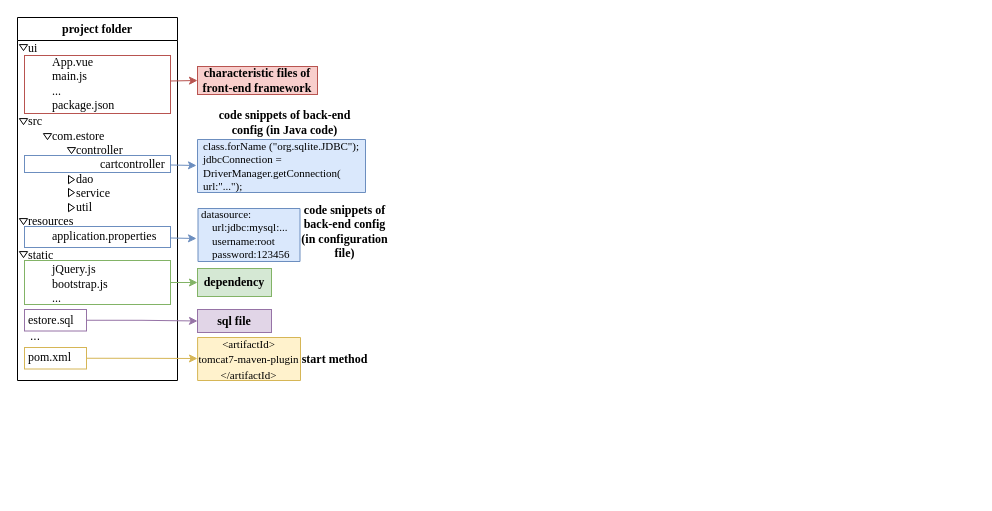
Earlier version of the draw.io diagram method.drawio (PAL4JavaWeb/homework). Source tidied: cells renumbered, new cells numbered last; positions are measured from the earlier drawing's top-left corner, leaving out a move shared by most shapes. Both pictures are drawn from the tidied source at 100%, with x=0, y=0 at pixel (17, 17).
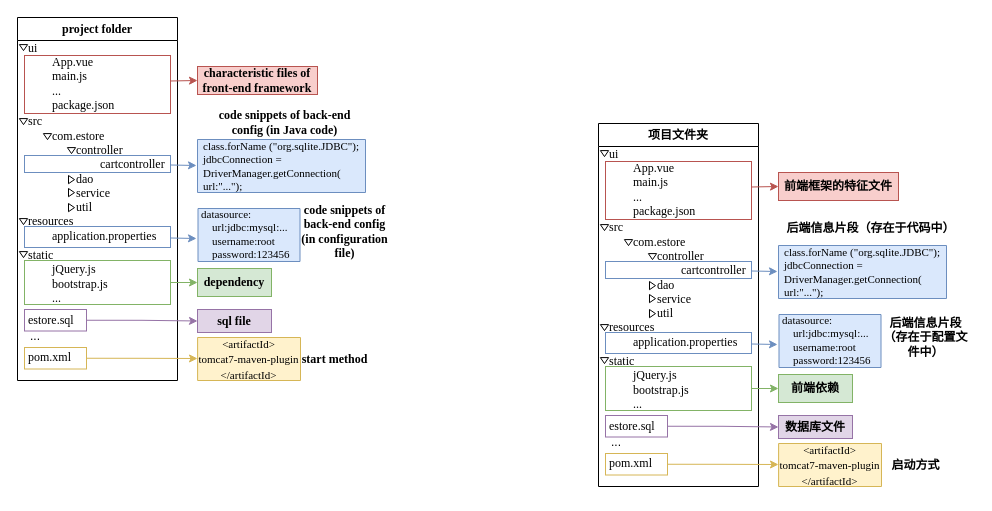
The same page after the edit.

Change to the diagram source:
```diff
@@
+    <mxCell id="46" value="项目文件夹" style="swimlane;whiteSpace=wrap;html=1;fontFamily=Times New Roman;" parent="1" vertex="1">
+      <mxGeometry x="581" y="106" width="160" height="363" as="geometry" />
+    </mxCell>
+    <mxCell id="47" style="rounded=0;whiteSpace=wrap;html=1;fillColor=none;fontFamily=Times New Roman;strokeColor=#9673a6;" parent="46" vertex="1">
+      <mxGeometry x="7" y="292" width="62" height="21.5" as="geometry" />
+    </mxCell>
+    <mxCell id="48" style="rounded=0;whiteSpace=wrap;html=1;fillColor=none;fontFamily=Times New Roman;strokeColor=#82b366;" parent="46" vertex="1">
+      <mxGeometry x="7" y="243" width="146" height="44" as="geometry" />
+    </mxCell>
+    <mxCell id="49" value="&lt;div&gt;&lt;br&gt;&lt;/div&gt;&lt;div&gt;&lt;br&gt;&lt;/div&gt;" style="rounded=0;whiteSpace=wrap;html=1;fillColor=none;fontFamily=Times New Roman;strokeColor=#b85450;" parent="46" vertex="1">
+      <mxGeometry x="7" y="38" width="146" height="58" as="geometry" />
+    </mxCell>
+    <mxCell id="50" value="estore.sql" style="text;html=1;align=left;verticalAlign=middle;whiteSpace=wrap;rounded=0;fontFamily=Times New Roman;" parent="46" vertex="1">
+      <mxGeometry x="9" y="287.8" width="60" height="30" as="geometry" />
+    </mxCell>
+    <mxCell id="51" value="resources&lt;div&gt;&lt;span style=&quot;white-space: pre;&quot;&gt;&#9;&lt;/span&gt;&lt;span style=&quot;background-color: initial;&quot;&gt;application.properties&lt;/span&gt;&lt;br&gt;&lt;/div&gt;" style="text;html=1;align=left;verticalAlign=middle;whiteSpace=wrap;rounded=0;fontFamily=Times New Roman;" parent="46" vertex="1">
+      <mxGeometry x="9" y="196" width="144" height="30" as="geometry" />
+    </mxCell>
+    <mxCell id="52" value="&lt;div&gt;ui&lt;/div&gt;&lt;span style=&quot;white-space: pre;&quot;&gt;&#9;&lt;/span&gt;App.vue&lt;div&gt;&lt;span style=&quot;white-space: pre;&quot;&gt;&#9;&lt;/span&gt;main.js&lt;/div&gt;&lt;div&gt;&lt;span style=&quot;white-space: pre;&quot;&gt;&#9;&lt;/span&gt;...&lt;/div&gt;&lt;div&gt;&lt;span style=&quot;white-space: pre;&quot;&gt;&#9;&lt;/span&gt;package.json&lt;/div&gt;" style="text;html=1;align=left;verticalAlign=middle;whiteSpace=wrap;rounded=0;fontFamily=Times New Roman;" parent="46" vertex="1">
+      <mxGeometry x="9" y="44" width="60" height="30" as="geometry" />
+    </mxCell>
+    <mxCell id="53" value="&lt;div&gt;src&lt;/div&gt;&lt;span style=&quot;white-space: pre;&quot;&gt;&#9;&lt;/span&gt;com.estore&lt;div&gt;&lt;span style=&quot;white-space: pre;&quot;&gt;&#9;&lt;span style=&quot;white-space: pre;&quot;&gt;&#9;&lt;/span&gt;&lt;/span&gt;&lt;span style=&quot;background-color: initial;&quot;&gt;controller&lt;/span&gt;&lt;/div&gt;&lt;div&gt;&lt;span style=&quot;background-color: initial;&quot;&gt;&lt;span style=&quot;white-space: pre;&quot;&gt;&#9;&lt;/span&gt;&lt;span style=&quot;white-space: pre;&quot;&gt;&#9;&lt;/span&gt;&lt;span style=&quot;white-space: pre;&quot;&gt;&#9;&lt;/span&gt;cartcontroller&lt;br&gt;&lt;/span&gt;&lt;/div&gt;&lt;div&gt;&lt;span style=&quot;white-space: pre;&quot;&gt;&#9;&lt;span style=&quot;white-space: pre;&quot;&gt;&#9;&lt;/span&gt;&lt;/span&gt;dao&lt;/div&gt;&lt;div&gt;&lt;span style=&quot;white-space: pre;&quot;&gt;&#9;&lt;span style=&quot;white-space: pre;&quot;&gt;&#9;&lt;/span&gt;&lt;/span&gt;service&lt;/div&gt;&lt;div&gt;&lt;span style=&quot;white-space: pre;&quot;&gt;&#9;&lt;span style=&quot;white-space: pre;&quot;&gt;&#9;&lt;/span&gt;&lt;/span&gt;util&lt;/div&gt;" style="text;html=1;align=left;verticalAlign=middle;whiteSpace=wrap;rounded=0;fontFamily=Times New Roman;" parent="46" vertex="1">
+      <mxGeometry x="9" y="132" width="60" height="30" as="geometry" />
+    </mxCell>
+    <mxCell id="54" value="static&lt;div&gt;&lt;span style=&quot;white-space: pre;&quot;&gt;&#9;&lt;/span&gt;&lt;span style=&quot;background-color: initial;&quot;&gt;jQuery.js&lt;/span&gt;&lt;br&gt;&lt;/div&gt;&lt;div&gt;&lt;span style=&quot;white-space: pre;&quot;&gt;&#9;&lt;/span&gt;bootstrap.js&lt;/div&gt;&lt;div&gt;&lt;span style=&quot;white-space: pre;&quot;&gt;&#9;&lt;/span&gt;...&lt;br&gt;&lt;/div&gt;" style="text;html=1;align=left;verticalAlign=middle;whiteSpace=wrap;rounded=0;fontFamily=Times New Roman;" parent="46" vertex="1">
+      <mxGeometry x="9" y="244" width="60" height="30" as="geometry" />
+    </mxCell>
+    <mxCell id="55" style="rounded=0;whiteSpace=wrap;html=1;fillColor=none;fontFamily=Times New Roman;strokeColor=#6c8ebf;" parent="46" vertex="1">
+      <mxGeometry x="7" y="209" width="146" height="21" as="geometry" />
+    </mxCell>
+    <mxCell id="56" value="&lt;div&gt;&lt;br&gt;&lt;/div&gt;&lt;div&gt;&lt;br&gt;&lt;/div&gt;" style="rounded=0;whiteSpace=wrap;html=1;fillColor=none;fontFamily=Times New Roman;strokeColor=#6c8ebf;" parent="46" vertex="1">
+      <mxGeometry x="7" y="138" width="146" height="17" as="geometry" />
+    </mxCell>
+    <mxCell id="57" style="group;" parent="46" vertex="1">
+      <mxGeometry x="7" y="325" width="62" height="30" as="geometry" />
+    </mxCell>
+    <mxCell id="58" style="rounded=0;whiteSpace=wrap;html=1;fillColor=none;fontFamily=Times New Roman;strokeColor=#d6b656;" parent="57" vertex="1">
+      <mxGeometry y="5" width="62" height="21.5" as="geometry" />
+    </mxCell>
+    <mxCell id="59" value="pom.xml" style="text;html=1;align=left;verticalAlign=middle;whiteSpace=wrap;rounded=0;fontFamily=Times New Roman;" parent="57" vertex="1">
+      <mxGeometry x="2" width="60" height="30" as="geometry" />
+    </mxCell>
+    <mxCell id="60" value="..." style="text;html=1;align=left;verticalAlign=middle;whiteSpace=wrap;rounded=0;" parent="57" vertex="1">
+      <mxGeometry x="4" y="-15" width="40" height="17" as="geometry" />
+    </mxCell>
+    <mxCell id="61" style="verticalLabelPosition=bottom;verticalAlign=top;html=1;shape=mxgraph.basic.acute_triangle;dx=0.5;rotation=-180;fontFamily=Times New Roman;" parent="1" vertex="1">
+      <mxGeometry x="582.9" y="133.1" width="8.2" height="6" as="geometry" />
+    </mxCell>
+    <mxCell id="62" style="verticalLabelPosition=bottom;verticalAlign=top;html=1;shape=mxgraph.basic.acute_triangle;dx=0.5;rotation=-180;fontFamily=Times New Roman;" parent="1" vertex="1">
+      <mxGeometry x="582.9" y="207.1" width="8.2" height="6" as="geometry" />
+    </mxCell>
+    <mxCell id="63" style="verticalLabelPosition=bottom;verticalAlign=top;html=1;shape=mxgraph.basic.acute_triangle;dx=0.5;rotation=-180;fontFamily=Times New Roman;" parent="1" vertex="1">
+      <mxGeometry x="606.9" y="222.1" width="8.2" height="6" as="geometry" />
+    </mxCell>
+    <mxCell id="64" style="verticalLabelPosition=bottom;verticalAlign=top;html=1;shape=mxgraph.basic.acute_triangle;dx=0.5;rotation=-180;fontFamily=Times New Roman;" parent="1" vertex="1">
+      <mxGeometry x="630.9" y="236.1" width="8.2" height="6" as="geometry" />
+    </mxCell>
+    <mxCell id="65" style="verticalLabelPosition=bottom;verticalAlign=top;html=1;shape=mxgraph.basic.acute_triangle;dx=0.5;rotation=90;fontFamily=Times New Roman;" parent="1" vertex="1">
+      <mxGeometry x="630.9" y="265.1" width="8.2" height="6" as="geometry" />
+    </mxCell>
+    <mxCell id="66" style="verticalLabelPosition=bottom;verticalAlign=top;html=1;shape=mxgraph.basic.acute_triangle;dx=0.5;rotation=90;fontFamily=Times New Roman;" parent="1" vertex="1">
+      <mxGeometry x="630.9" y="278.1" width="8.2" height="6" as="geometry" />
+    </mxCell>
+    <mxCell id="67" style="verticalLabelPosition=bottom;verticalAlign=top;html=1;shape=mxgraph.basic.acute_triangle;dx=0.5;rotation=90;fontFamily=Times New Roman;" parent="1" vertex="1">
+      <mxGeometry x="630.9" y="293.1" width="8.2" height="6" as="geometry" />
+    </mxCell>
+    <mxCell id="68" style="verticalLabelPosition=bottom;verticalAlign=top;html=1;shape=mxgraph.basic.acute_triangle;dx=0.5;rotation=-180;fontFamily=Times New Roman;" parent="1" vertex="1">
+      <mxGeometry x="582.9" y="307.1" width="8.2" height="6" as="geometry" />
+    </mxCell>
+    <mxCell id="69" style="verticalLabelPosition=bottom;verticalAlign=top;html=1;shape=mxgraph.basic.acute_triangle;dx=0.5;rotation=-180;fontFamily=Times New Roman;" parent="1" vertex="1">
+      <mxGeometry x="582.9" y="340.1" width="8.2" height="6" as="geometry" />
+    </mxCell>
+    <mxCell id="70" style="edgeStyle=orthogonalEdgeStyle;rounded=0;jettySize=auto;html=1;exitX=1;exitY=0.5;exitDx=0;exitDy=0;fontFamily=Times New Roman;fillColor=#fff2cc;strokeColor=#d6b656;" parent="1" edge="1" source="58">
+      <mxGeometry relative="1" as="geometry">
+        <mxPoint x="761" y="447" as="targetPoint" />
+      </mxGeometry>
+    </mxCell>
+    <mxCell id="71" value="前端依赖" style="text;html=1;align=center;verticalAlign=middle;whiteSpace=wrap;rounded=0;fontFamily=Times New Roman;fillColor=#d5e8d4;strokeColor=#82b366;fontStyle=1;" parent="1" vertex="1">
+      <mxGeometry x="761" y="357" width="74" height="28" as="geometry" />
+    </mxCell>
+    <mxCell id="72" value="数据库文件" style="text;html=1;align=center;verticalAlign=middle;whiteSpace=wrap;rounded=0;fontFamily=Times New Roman;fillColor=#e1d5e7;strokeColor=#9673a6;fontStyle=1;" parent="1" vertex="1">
+      <mxGeometry x="761" y="398" width="74" height="23" as="geometry" />
+    </mxCell>
+    <mxCell id="73" style="edgeStyle=orthogonalEdgeStyle;rounded=0;jettySize=auto;html=1;exitX=1;exitY=0.5;exitDx=0;exitDy=0;fontFamily=Times New Roman;fillColor=#e1d5e7;strokeColor=#9673a6;" parent="1" edge="1" source="47" target="72">
+      <mxGeometry relative="1" as="geometry" />
+    </mxCell>
+    <mxCell id="74" style="edgeStyle=orthogonalEdgeStyle;rounded=0;jettySize=auto;html=1;exitX=1;exitY=0.5;exitDx=0;exitDy=0;entryX=0;entryY=0.5;entryDx=0;entryDy=0;fontFamily=Times New Roman;fillColor=#d5e8d4;strokeColor=#82b366;" parent="1" edge="1" source="48" target="71">
+      <mxGeometry relative="1" as="geometry" />
+    </mxCell>
+    <mxCell id="75" value="启动方式" style="text;html=1;align=center;verticalAlign=middle;whiteSpace=wrap;rounded=0;fontFamily=Times New Roman;fontStyle=1;" parent="1" vertex="1">
+      <mxGeometry x="861" y="437.5" width="75" height="20" as="geometry" />
+    </mxCell>
+    <mxCell id="76" value="后端信息片段（存在于代码中）" style="text;html=1;align=center;verticalAlign=middle;whiteSpace=wrap;rounded=0;fontFamily=Times New Roman;fontStyle=1;" parent="1" vertex="1">
+      <mxGeometry x="766.5" y="208.4" width="172.5" height="4.7" as="geometry" />
+    </mxCell>
+    <mxCell id="77" style="group;" parent="1" vertex="1">
+      <mxGeometry x="761" y="228" width="168" height="53" as="geometry" />
+    </mxCell>
+    <mxCell id="78" style="verticalLabelPosition=bottom;verticalAlign=top;html=1;shape=mxgraph.basic.rect;fillColor2=none;strokeWidth=1;size=20;indent=5;fontFamily=Times New Roman;fillColor=#dae8fc;strokeColor=#6c8ebf;" parent="77" vertex="1">
+      <mxGeometry width="168" height="53" as="geometry" />
+    </mxCell>
+    <mxCell id="79" value="&lt;div style=&quot;font-size: 11px;&quot;&gt;class.forName (&quot;org.sqlite.JDBC&quot;);&lt;/div&gt;&lt;div style=&quot;font-size: 11px;&quot;&gt;jdbcConnection = DriverManager.getConnection( url:&quot;...&quot;);&lt;/div&gt;" style="text;html=1;align=left;verticalAlign=middle;whiteSpace=wrap;rounded=0;fontSize=11;fontFamily=Times New Roman;" parent="77" vertex="1">
+      <mxGeometry x="3.5" y="4.6" width="161.1" height="43.8" as="geometry" />
+    </mxCell>
+    <mxCell id="80" value="前端框架的特征文件" style="text;html=1;align=center;verticalAlign=middle;whiteSpace=wrap;rounded=0;fontFamily=Times New Roman;fillColor=#f8cecc;strokeColor=#b85450;fontStyle=1;" parent="1" vertex="1">
+      <mxGeometry x="761" y="155" width="120" height="28" as="geometry" />
+    </mxCell>
+    <mxCell id="81" style="endArrow=classic;html=1;rounded=0;fontFamily=Times New Roman;fillColor=#f8cecc;strokeColor=#b85450;entryX=0;entryY=0.5;entryDx=0;entryDy=0;" parent="1" edge="1" target="80">
+      <mxGeometry relative="1" as="geometry">
+        <mxPoint x="733.5" y="169.5" as="sourcePoint" />
+      </mxGeometry>
+    </mxCell>
+    <mxCell id="82" style="group;" parent="1" vertex="1">
+      <mxGeometry x="754" y="426" width="117" height="43" as="geometry" />
+    </mxCell>
+    <mxCell id="83" style="verticalLabelPosition=bottom;verticalAlign=top;html=1;shape=mxgraph.basic.rect;fillColor2=none;strokeWidth=1;size=20;indent=5;fontFamily=Times New Roman;fillColor=#fff2cc;strokeColor=#d6b656;" parent="82" vertex="1">
+      <mxGeometry x="7.1" width="102.9" height="43" as="geometry" />
+    </mxCell>
+    <mxCell id="84" value="&lt;p style=&quot;line-height: 40%; font-size: 11px;&quot; class=&quot;MsoNormal&quot;&gt;&lt;span style=&quot;font-size: 11px;&quot;&gt;&lt;font style=&quot;font-size: 11px;&quot;&gt;&amp;lt;artifactId&amp;gt;&lt;/font&gt;&lt;/span&gt;&lt;/p&gt;&lt;p style=&quot;line-height: 40%; font-size: 11px;&quot; class=&quot;MsoNormal&quot;&gt;&lt;span style=&quot;font-size: 11px;&quot;&gt;&lt;font style=&quot;font-size: 11px;&quot;&gt;tomcat7-maven-plugin&lt;/font&gt;&lt;/span&gt;&lt;/p&gt;&lt;p style=&quot;line-height: 40%; font-size: 11px;&quot; class=&quot;MsoNormal&quot;&gt;&lt;span style=&quot;font-size: 11px;&quot;&gt;&lt;font style=&quot;font-size: 11px;&quot;&gt;&amp;lt;/artifactId&amp;gt;&lt;/font&gt;&lt;/span&gt;&lt;span style=&quot;font-size: 11px;&quot;&gt;&lt;/span&gt;&lt;/p&gt;" style="text;html=1;align=center;verticalAlign=middle;whiteSpace=wrap;rounded=0;fontSize=11;fontFamily=Times New Roman;" parent="82" vertex="1">
+      <mxGeometry y="4.7" width="117" height="33.7" as="geometry" />
+    </mxCell>
+    <mxCell id="85" style="endArrow=classic;html=1;rounded=0;fontFamily=Times New Roman;fillColor=#dae8fc;strokeColor=#6c8ebf;" parent="1" edge="1">
+      <mxGeometry relative="1" as="geometry">
+        <mxPoint x="734.5" y="326.5" as="sourcePoint" />
+        <mxPoint x="760" y="327" as="targetPoint" />
+      </mxGeometry>
+    </mxCell>
+    <mxCell id="86" style="endArrow=classic;html=1;rounded=0;fontFamily=Times New Roman;fillColor=#dae8fc;strokeColor=#6c8ebf;" parent="1" edge="1">
+      <mxGeometry relative="1" as="geometry">
+        <mxPoint x="734.5" y="253.5" as="sourcePoint" />
+        <mxPoint x="760" y="254" as="targetPoint" />
+      </mxGeometry>
+    </mxCell>
+    <mxCell id="87" style="verticalLabelPosition=bottom;verticalAlign=top;html=1;shape=mxgraph.basic.rect;fillColor2=none;strokeWidth=1;size=20;indent=5;fontFamily=Times New Roman;fillColor=#dae8fc;strokeColor=#6c8ebf;" parent="1" vertex="1">
+      <mxGeometry x="761.5" y="297" width="102" height="53" as="geometry" />
+    </mxCell>
+    <mxCell id="88" value="&lt;div style=&quot;font-size: 11px;&quot;&gt;&lt;font style=&quot;font-size: 11px;&quot;&gt;&amp;nbsp; &amp;nbsp; datasource:&lt;/font&gt;&lt;/div&gt;&lt;div style=&quot;font-size: 11px;&quot;&gt;&lt;font style=&quot;font-size: 11px;&quot;&gt;&amp;nbsp; &amp;nbsp; &amp;nbsp; &amp;nbsp; url:jdbc:mysql:...&lt;/font&gt;&lt;/div&gt;&lt;div style=&quot;font-size: 11px;&quot;&gt;&lt;font style=&quot;font-size: 11px;&quot;&gt;&amp;nbsp; &amp;nbsp; &amp;nbsp; &amp;nbsp; username:root&lt;/font&gt;&lt;/div&gt;&lt;div style=&quot;font-size: 11px;&quot;&gt;&lt;font style=&quot;font-size: 11px;&quot;&gt;&amp;nbsp; &amp;nbsp; &amp;nbsp; &amp;nbsp; password:123456&lt;/font&gt;&lt;/div&gt;" style="text;html=1;align=left;verticalAlign=middle;whiteSpace=wrap;rounded=0;fontFamily=Times New Roman;" parent="1" vertex="1">
+      <mxGeometry x="752" y="282" width="105.5" height="82" as="geometry" />
+    </mxCell>
+    <mxCell id="89" value="后端信息片段（存在于配置文件中）" style="text;html=1;align=center;verticalAlign=middle;whiteSpace=wrap;rounded=0;fontFamily=Times New Roman;fontStyle=1;" parent="1" vertex="1">
+      <mxGeometry x="860" y="313" width="97" height="14.2" as="geometry" />
+    </mxCell>
```
